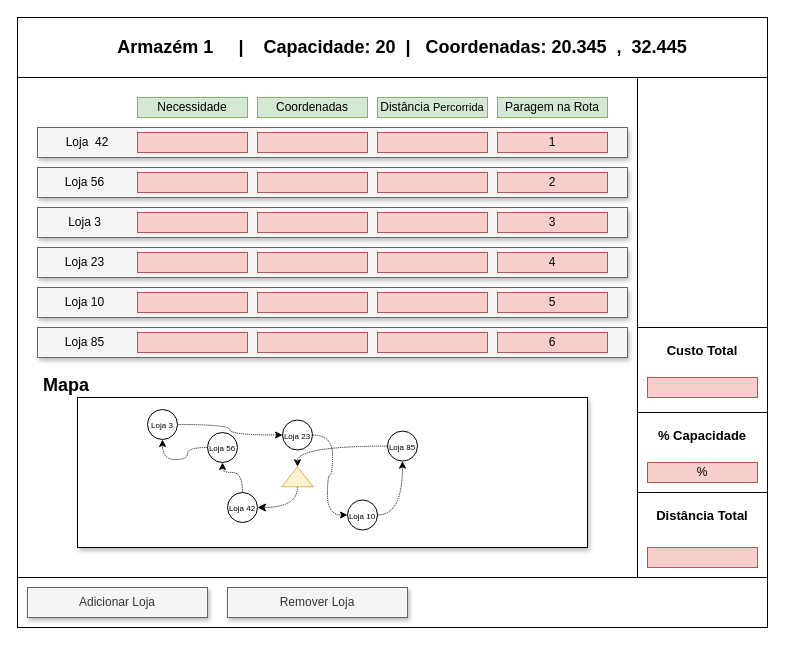
The draw.io diagram page "Pop-up Armazem" (2 of 5) of Untitled Diagram.drawio in ertykiko/SADE, before the edit. Source tidied: cells renumbered, new cells numbered last; positions are measured from the earlier drawing's top-left corner, leaving out a move shared by most shapes. Both pictures are drawn from the tidied source at 100%, with x=0, y=0 at pixel (17, 17).
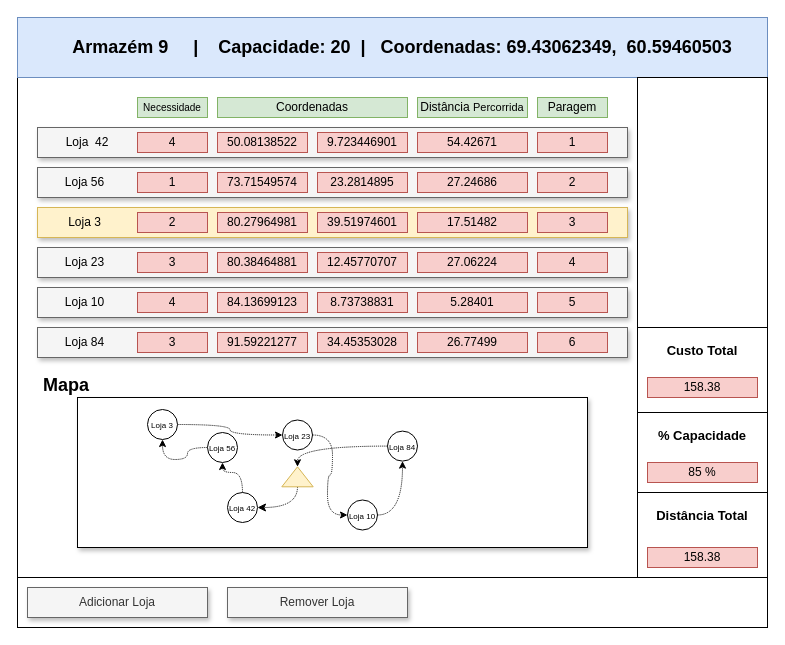
After the change.

The edit, as a diff of the source:
```diff
@@
-    <mxCell id="5" style="rounded=0;whiteSpace=wrap;html=1;fillColor=#f5f5f5;strokeColor=#666666;fontColor=#333333;shadow=1;" parent="1" vertex="1">
+    <mxCell id="5" style="rounded=0;whiteSpace=wrap;html=1;fillColor=#fff2cc;strokeColor=#d6b656;shadow=1;" parent="1" vertex="1">
       <mxGeometry x="20" y="190" width="590" height="30" as="geometry" />
     </mxCell>
@@
-    <mxCell id="13" value="&lt;div&gt;Loja 85&lt;br&gt;&lt;/div&gt;" style="text;html=1;strokeColor=none;fillColor=none;align=center;verticalAlign=middle;whiteSpace=wrap;rounded=0;" parent="1" vertex="1">
+    <mxCell id="13" value="&lt;div&gt;Loja 84&lt;br&gt;&lt;/div&gt;" style="text;html=1;strokeColor=none;fillColor=none;align=center;verticalAlign=middle;whiteSpace=wrap;rounded=0;" parent="1" vertex="1">
       <mxGeometry x="30" y="315" width="75" height="20" as="geometry" />
     </mxCell>
@@
-    <mxCell id="15" style="text;html=1;strokeColor=#b85450;fillColor=#f8cecc;align=center;verticalAlign=middle;whiteSpace=wrap;rounded=0;" parent="1" vertex="1">
-      <mxGeometry x="120" y="115" width="110" height="20" as="geometry" />
+    <mxCell id="15" value="4" style="text;html=1;strokeColor=#b85450;fillColor=#f8cecc;align=center;verticalAlign=middle;whiteSpace=wrap;rounded=0;" parent="1" vertex="1">
+      <mxGeometry x="120" y="115" width="70" height="20" as="geometry" />
     </mxCell>
-    <mxCell id="16" style="text;html=1;strokeColor=#b85450;fillColor=#f8cecc;align=center;verticalAlign=middle;whiteSpace=wrap;rounded=0;" parent="1" vertex="1">
-      <mxGeometry x="240" y="115" width="110" height="20" as="geometry" />
+    <mxCell id="16" value="50.08138522" style="text;html=1;strokeColor=#b85450;fillColor=#f8cecc;align=center;verticalAlign=middle;whiteSpace=wrap;rounded=0;" parent="1" vertex="1">
+      <mxGeometry x="200" y="115" width="90" height="20" as="geometry" />
     </mxCell>
-    <mxCell id="17" style="text;html=1;strokeColor=#b85450;fillColor=#f8cecc;align=center;verticalAlign=middle;whiteSpace=wrap;rounded=0;" parent="1" vertex="1">
-      <mxGeometry x="360" y="115" width="110" height="20" as="geometry" />
+    <mxCell id="17" value="54.42671" style="text;html=1;strokeColor=#b85450;fillColor=#f8cecc;align=center;verticalAlign=middle;whiteSpace=wrap;rounded=0;" parent="1" vertex="1">
+      <mxGeometry x="400" y="115" width="110" height="20" as="geometry" />
     </mxCell>
     <mxCell id="18" value="1" style="text;html=1;strokeColor=#b85450;fillColor=#f8cecc;align=center;verticalAlign=middle;whiteSpace=wrap;rounded=0;" parent="1" vertex="1">
-      <mxGeometry x="480" y="115" width="110" height="20" as="geometry" />
+      <mxGeometry x="520" y="115" width="70" height="20" as="geometry" />
     </mxCell>
-    <mxCell id="19" style="text;html=1;strokeColor=#b85450;fillColor=#f8cecc;align=center;verticalAlign=middle;whiteSpace=wrap;rounded=0;" parent="1" vertex="1">
-      <mxGeometry x="120" y="155" width="110" height="20" as="geometry" />
-    </mxCell>
-    <mxCell id="20" style="text;html=1;strokeColor=#b85450;fillColor=#f8cecc;align=center;verticalAlign=middle;whiteSpace=wrap;rounded=0;" parent="1" vertex="1">
-      <mxGeometry x="240" y="155" width="110" height="20" as="geometry" />
-    </mxCell>
-    <mxCell id="21" style="text;html=1;strokeColor=#b85450;fillColor=#f8cecc;align=center;verticalAlign=middle;whiteSpace=wrap;rounded=0;" parent="1" vertex="1">
-      <mxGeometry x="360" y="155" width="110" height="20" as="geometry" />
-    </mxCell>
-    <mxCell id="22" style="text;html=1;strokeColor=#b85450;fillColor=#f8cecc;align=center;verticalAlign=middle;whiteSpace=wrap;rounded=0;" parent="1" vertex="1">
-      <mxGeometry x="120" y="195" width="110" height="20" as="geometry" />
-    </mxCell>
-    <mxCell id="23" value="2" style="text;html=1;strokeColor=#b85450;fillColor=#f8cecc;align=center;verticalAlign=middle;whiteSpace=wrap;rounded=0;" parent="1" vertex="1">
-      <mxGeometry x="480" y="155" width="110" height="20" as="geometry" />
-    </mxCell>
-    <mxCell id="24" style="rounded=0;whiteSpace=wrap;html=1;" parent="1" vertex="1">
+    <mxCell id="24" style="rounded=0;whiteSpace=wrap;html=1;fillColor=#dae8fc;strokeColor=#6c8ebf;" parent="1" vertex="1">
       <mxGeometry width="750" height="60" as="geometry" />
     </mxCell>
@@
-    <mxCell id="27" value="&lt;font&gt;&lt;span style=&quot;font-size: 18px&quot;&gt;&lt;b&gt;Armazém&amp;nbsp;1&amp;nbsp; &amp;nbsp; &amp;nbsp;|&amp;nbsp; &amp;nbsp; Capacidade: 20&amp;nbsp; |&amp;nbsp; &amp;nbsp;Coordenadas: 20.345&amp;nbsp; ,&amp;nbsp; 32.445&lt;/b&gt;&lt;/span&gt;&lt;/font&gt;" style="text;html=1;strokeColor=none;fillColor=none;align=center;verticalAlign=middle;whiteSpace=wrap;rounded=0;" parent="1" vertex="1">
+    <mxCell id="27" value="&lt;font&gt;&lt;b style=&quot;font-size: 18px&quot;&gt;Armazém 9&amp;nbsp; &amp;nbsp; &amp;nbsp;|&amp;nbsp; &amp;nbsp; Capacidade: 20&amp;nbsp; |&amp;nbsp; &amp;nbsp;Coordenadas:&amp;nbsp;&lt;/b&gt;&lt;span style=&quot;font-size: 18px&quot;&gt;&lt;b&gt;69.43062349&lt;/b&gt;&lt;/span&gt;&lt;b style=&quot;font-size: 18px&quot;&gt;,&amp;nbsp;&amp;nbsp;&lt;/b&gt;&lt;/font&gt;&lt;span style=&quot;font-size: 18px&quot;&gt;&lt;b&gt;60.59460503&lt;/b&gt;&lt;/span&gt;" style="text;html=1;strokeColor=none;fillColor=none;align=center;verticalAlign=middle;whiteSpace=wrap;rounded=0;" parent="1" vertex="1">
       <mxGeometry x="30" y="10" width="710" height="40" as="geometry" />
     </mxCell>
-    <mxCell id="28" style="text;html=1;strokeColor=#b85450;fillColor=#f8cecc;align=center;verticalAlign=middle;whiteSpace=wrap;rounded=0;" parent="1" vertex="1">
-      <mxGeometry x="360" y="315" width="110" height="20" as="geometry" />
-    </mxCell>
-    <mxCell id="29" value="5" style="text;html=1;strokeColor=#b85450;fillColor=#f8cecc;align=center;verticalAlign=middle;whiteSpace=wrap;rounded=0;" parent="1" vertex="1">
-      <mxGeometry x="480" y="275" width="110" height="20" as="geometry" />
-    </mxCell>
-    <mxCell id="30" style="text;html=1;strokeColor=#b85450;fillColor=#f8cecc;align=center;verticalAlign=middle;whiteSpace=wrap;rounded=0;" parent="1" vertex="1">
-      <mxGeometry x="360" y="275" width="110" height="20" as="geometry" />
-    </mxCell>
-    <mxCell id="31" style="text;html=1;strokeColor=#b85450;fillColor=#f8cecc;align=center;verticalAlign=middle;whiteSpace=wrap;rounded=0;" parent="1" vertex="1">
-      <mxGeometry x="240" y="275" width="110" height="20" as="geometry" />
-    </mxCell>
-    <mxCell id="32" style="text;html=1;strokeColor=#b85450;fillColor=#f8cecc;align=center;verticalAlign=middle;whiteSpace=wrap;rounded=0;" parent="1" vertex="1">
-      <mxGeometry x="120" y="275" width="110" height="20" as="geometry" />
-    </mxCell>
-    <mxCell id="33" style="text;html=1;strokeColor=#b85450;fillColor=#f8cecc;align=center;verticalAlign=middle;whiteSpace=wrap;rounded=0;" parent="1" vertex="1">
-      <mxGeometry x="240" y="315" width="110" height="20" as="geometry" />
-    </mxCell>
-    <mxCell id="34" style="text;html=1;strokeColor=#b85450;fillColor=#f8cecc;align=center;verticalAlign=middle;whiteSpace=wrap;rounded=0;" parent="1" vertex="1">
-      <mxGeometry x="120" y="315" width="110" height="20" as="geometry" />
-    </mxCell>
-    <mxCell id="35" value="3" style="text;html=1;strokeColor=#b85450;fillColor=#f8cecc;align=center;verticalAlign=middle;whiteSpace=wrap;rounded=0;" parent="1" vertex="1">
-      <mxGeometry x="480" y="195" width="110" height="20" as="geometry" />
-    </mxCell>
-    <mxCell id="36" style="text;html=1;strokeColor=#b85450;fillColor=#f8cecc;align=center;verticalAlign=middle;whiteSpace=wrap;rounded=0;" parent="1" vertex="1">
-      <mxGeometry x="360" y="195" width="110" height="20" as="geometry" />
-    </mxCell>
-    <mxCell id="37" style="text;html=1;strokeColor=#b85450;fillColor=#f8cecc;align=center;verticalAlign=middle;whiteSpace=wrap;rounded=0;" parent="1" vertex="1">
-      <mxGeometry x="240" y="195" width="110" height="20" as="geometry" />
-    </mxCell>
-    <mxCell id="38" value="6" style="text;html=1;strokeColor=#b85450;fillColor=#f8cecc;align=center;verticalAlign=middle;whiteSpace=wrap;rounded=0;" parent="1" vertex="1">
-      <mxGeometry x="480" y="315" width="110" height="20" as="geometry" />
-    </mxCell>
-    <mxCell id="39" style="text;html=1;strokeColor=#b85450;fillColor=#f8cecc;align=center;verticalAlign=middle;whiteSpace=wrap;rounded=0;" parent="1" vertex="1">
-      <mxGeometry x="120" y="235" width="110" height="20" as="geometry" />
-    </mxCell>
-    <mxCell id="40" style="text;html=1;strokeColor=#b85450;fillColor=#f8cecc;align=center;verticalAlign=middle;whiteSpace=wrap;rounded=0;" parent="1" vertex="1">
-      <mxGeometry x="240" y="235" width="110" height="20" as="geometry" />
-    </mxCell>
-    <mxCell id="41" style="text;html=1;strokeColor=#b85450;fillColor=#f8cecc;align=center;verticalAlign=middle;whiteSpace=wrap;rounded=0;" parent="1" vertex="1">
-      <mxGeometry x="360" y="235" width="110" height="20" as="geometry" />
-    </mxCell>
-    <mxCell id="42" value="4" style="text;html=1;strokeColor=#b85450;fillColor=#f8cecc;align=center;verticalAlign=middle;whiteSpace=wrap;rounded=0;" parent="1" vertex="1">
-      <mxGeometry x="480" y="235" width="110" height="20" as="geometry" />
-    </mxCell>
@@
-    <mxCell id="45" value="Necessidade" style="text;html=1;strokeColor=#82b366;fillColor=#d5e8d4;align=center;verticalAlign=middle;whiteSpace=wrap;rounded=0;" parent="1" vertex="1">
-      <mxGeometry x="120" y="80" width="110" height="20" as="geometry" />
+    <mxCell id="45" value="&lt;font style=&quot;font-size: 10px&quot;&gt;Necessidade&lt;/font&gt;" style="text;html=1;strokeColor=#82b366;fillColor=#d5e8d4;align=center;verticalAlign=middle;whiteSpace=wrap;rounded=0;" parent="1" vertex="1">
+      <mxGeometry x="120" y="80" width="70" height="20" as="geometry" />
     </mxCell>
     <mxCell id="46" value="Coordenadas" style="text;html=1;strokeColor=#82b366;fillColor=#d5e8d4;align=center;verticalAlign=middle;whiteSpace=wrap;rounded=0;" parent="1" vertex="1">
-      <mxGeometry x="240" y="80" width="110" height="20" as="geometry" />
+      <mxGeometry x="200" y="80" width="190" height="20" as="geometry" />
     </mxCell>
     <mxCell id="47" value="Distância &lt;font style=&quot;font-size: 11px&quot;&gt;Percorrida&lt;/font&gt;" style="text;html=1;strokeColor=#82b366;fillColor=#d5e8d4;align=center;verticalAlign=middle;whiteSpace=wrap;rounded=0;" parent="1" vertex="1">
-      <mxGeometry x="360" y="80" width="110" height="20" as="geometry" />
+      <mxGeometry x="400" y="80" width="110" height="20" as="geometry" />
     </mxCell>
-    <mxCell id="48" value="Paragem na Rota" style="text;html=1;strokeColor=#82b366;fillColor=#d5e8d4;align=center;verticalAlign=middle;whiteSpace=wrap;rounded=0;" parent="1" vertex="1">
-      <mxGeometry x="480" y="80" width="110" height="20" as="geometry" />
+    <mxCell id="48" value="Paragem" style="text;html=1;strokeColor=#82b366;fillColor=#d5e8d4;align=center;verticalAlign=middle;whiteSpace=wrap;rounded=0;" parent="1" vertex="1">
+      <mxGeometry x="520" y="80" width="70" height="20" as="geometry" />
     </mxCell>
@@
-    <mxCell id="52" value="%" style="text;html=1;strokeColor=#b85450;fillColor=#f8cecc;align=center;verticalAlign=middle;whiteSpace=wrap;rounded=0;" parent="1" vertex="1">
+    <mxCell id="52" value="85 %" style="text;html=1;strokeColor=#b85450;fillColor=#f8cecc;align=center;verticalAlign=middle;whiteSpace=wrap;rounded=0;" parent="1" vertex="1">
       <mxGeometry x="630" y="445" width="110" height="20" as="geometry" />
     </mxCell>
@@
-    <mxCell id="54" style="text;html=1;strokeColor=#b85450;fillColor=#f8cecc;align=center;verticalAlign=middle;whiteSpace=wrap;rounded=0;" parent="1" vertex="1">
+    <mxCell id="54" value="158.38" style="text;html=1;strokeColor=#b85450;fillColor=#f8cecc;align=center;verticalAlign=middle;whiteSpace=wrap;rounded=0;" parent="1" vertex="1">
       <mxGeometry x="630" y="530" width="110" height="20" as="geometry" />
     </mxCell>
@@
-    <mxCell id="57" style="text;html=1;strokeColor=#b85450;fillColor=#f8cecc;align=center;verticalAlign=middle;whiteSpace=wrap;rounded=0;" parent="1" vertex="1">
+    <mxCell id="57" value="158.38" style="text;html=1;strokeColor=#b85450;fillColor=#f8cecc;align=center;verticalAlign=middle;whiteSpace=wrap;rounded=0;" parent="1" vertex="1">
       <mxGeometry x="630" y="360" width="110" height="20" as="geometry" />
     </mxCell>
@@
-    <mxCell id="73" value="&lt;font style=&quot;font-size: 8px&quot;&gt;Loja 85&lt;br&gt;&lt;/font&gt;" style="ellipse;whiteSpace=wrap;html=1;strokeColor=#000000;" parent="1" vertex="1">
+    <mxCell id="73" value="&lt;font style=&quot;font-size: 8px&quot;&gt;Loja 84&lt;br&gt;&lt;/font&gt;" style="ellipse;whiteSpace=wrap;html=1;strokeColor=#000000;" parent="1" vertex="1">
       <mxGeometry x="370" y="413.6" width="30" height="30" as="geometry" />
     </mxCell>
+    <mxCell id="74" value="9.723446901" style="text;html=1;strokeColor=#b85450;fillColor=#f8cecc;align=center;verticalAlign=middle;whiteSpace=wrap;rounded=0;" parent="1" vertex="1">
+      <mxGeometry x="300" y="115" width="90" height="20" as="geometry" />
+    </mxCell>
+    <mxCell id="75" value="1" style="text;html=1;strokeColor=#b85450;fillColor=#f8cecc;align=center;verticalAlign=middle;whiteSpace=wrap;rounded=0;" parent="1" vertex="1">
+      <mxGeometry x="120" y="155" width="70" height="20" as="geometry" />
+    </mxCell>
+    <mxCell id="76" value="73.71549574" style="text;html=1;strokeColor=#b85450;fillColor=#f8cecc;align=center;verticalAlign=middle;whiteSpace=wrap;rounded=0;" parent="1" vertex="1">
+      <mxGeometry x="200" y="155" width="90" height="20" as="geometry" />
+    </mxCell>
+    <mxCell id="77" value="27.24686" style="text;html=1;strokeColor=#b85450;fillColor=#f8cecc;align=center;verticalAlign=middle;whiteSpace=wrap;rounded=0;" parent="1" vertex="1">
+      <mxGeometry x="400" y="155" width="110" height="20" as="geometry" />
+    </mxCell>
+    <mxCell id="78" value="2" style="text;html=1;strokeColor=#b85450;fillColor=#f8cecc;align=center;verticalAlign=middle;whiteSpace=wrap;rounded=0;" parent="1" vertex="1">
+      <mxGeometry x="520" y="155" width="70" height="20" as="geometry" />
+    </mxCell>
+    <mxCell id="79" value="23.2814895" style="text;html=1;strokeColor=#b85450;fillColor=#f8cecc;align=center;verticalAlign=middle;whiteSpace=wrap;rounded=0;" parent="1" vertex="1">
+      <mxGeometry x="300" y="155" width="90" height="20" as="geometry" />
+    </mxCell>
+    <mxCell id="80" value="2" style="text;html=1;strokeColor=#b85450;fillColor=#f8cecc;align=center;verticalAlign=middle;whiteSpace=wrap;rounded=0;" parent="1" vertex="1">
+      <mxGeometry x="120" y="195" width="70" height="20" as="geometry" />
+    </mxCell>
+    <mxCell id="81" value="80.27964981" style="text;html=1;strokeColor=#b85450;fillColor=#f8cecc;align=center;verticalAlign=middle;whiteSpace=wrap;rounded=0;" parent="1" vertex="1">
+      <mxGeometry x="200" y="195" width="90" height="20" as="geometry" />
+    </mxCell>
+    <mxCell id="82" value="17.51482" style="text;html=1;strokeColor=#b85450;fillColor=#f8cecc;align=center;verticalAlign=middle;whiteSpace=wrap;rounded=0;" parent="1" vertex="1">
+      <mxGeometry x="400" y="195" width="110" height="20" as="geometry" />
+    </mxCell>
+    <mxCell id="83" value="3" style="text;html=1;strokeColor=#b85450;fillColor=#f8cecc;align=center;verticalAlign=middle;whiteSpace=wrap;rounded=0;" parent="1" vertex="1">
+      <mxGeometry x="520" y="195" width="70" height="20" as="geometry" />
+    </mxCell>
+    <mxCell id="84" value="39.51974601" style="text;html=1;strokeColor=#b85450;fillColor=#f8cecc;align=center;verticalAlign=middle;whiteSpace=wrap;rounded=0;" parent="1" vertex="1">
+      <mxGeometry x="300" y="195" width="90" height="20" as="geometry" />
+    </mxCell>
+    <mxCell id="85" value="3" style="text;html=1;strokeColor=#b85450;fillColor=#f8cecc;align=center;verticalAlign=middle;whiteSpace=wrap;rounded=0;" parent="1" vertex="1">
+      <mxGeometry x="120" y="235" width="70" height="20" as="geometry" />
+    </mxCell>
+    <mxCell id="86" value="80.38464881" style="text;html=1;strokeColor=#b85450;fillColor=#f8cecc;align=center;verticalAlign=middle;whiteSpace=wrap;rounded=0;" parent="1" vertex="1">
+      <mxGeometry x="200" y="235" width="90" height="20" as="geometry" />
+    </mxCell>
+    <mxCell id="87" value="27.06224" style="text;html=1;strokeColor=#b85450;fillColor=#f8cecc;align=center;verticalAlign=middle;whiteSpace=wrap;rounded=0;" parent="1" vertex="1">
+      <mxGeometry x="400" y="235" width="110" height="20" as="geometry" />
+    </mxCell>
+    <mxCell id="88" value="4" style="text;html=1;strokeColor=#b85450;fillColor=#f8cecc;align=center;verticalAlign=middle;whiteSpace=wrap;rounded=0;" parent="1" vertex="1">
+      <mxGeometry x="520" y="235" width="70" height="20" as="geometry" />
+    </mxCell>
+    <mxCell id="89" value="12.45770707" style="text;html=1;strokeColor=#b85450;fillColor=#f8cecc;align=center;verticalAlign=middle;whiteSpace=wrap;rounded=0;" parent="1" vertex="1">
+      <mxGeometry x="300" y="235" width="90" height="20" as="geometry" />
+    </mxCell>
+    <mxCell id="90" value="4" style="text;html=1;strokeColor=#b85450;fillColor=#f8cecc;align=center;verticalAlign=middle;whiteSpace=wrap;rounded=0;" parent="1" vertex="1">
+      <mxGeometry x="120" y="275" width="70" height="20" as="geometry" />
+    </mxCell>
+    <mxCell id="91" value="84.13699123" style="text;html=1;strokeColor=#b85450;fillColor=#f8cecc;align=center;verticalAlign=middle;whiteSpace=wrap;rounded=0;" parent="1" vertex="1">
+      <mxGeometry x="200" y="275" width="90" height="20" as="geometry" />
+    </mxCell>
+    <mxCell id="92" value="5.28401" style="text;html=1;strokeColor=#b85450;fillColor=#f8cecc;align=center;verticalAlign=middle;whiteSpace=wrap;rounded=0;" parent="1" vertex="1">
+      <mxGeometry x="400" y="275" width="110" height="20" as="geometry" />
+    </mxCell>
+    <mxCell id="29" value="5" style="text;html=1;strokeColor=#b85450;fillColor=#f8cecc;align=center;verticalAlign=middle;whiteSpace=wrap;rounded=0;" parent="1" vertex="1">
+      <mxGeometry x="520" y="275" width="70" height="20" as="geometry" />
+    </mxCell>
+    <mxCell id="93" value="8.73738831" style="text;html=1;strokeColor=#b85450;fillColor=#f8cecc;align=center;verticalAlign=middle;whiteSpace=wrap;rounded=0;" parent="1" vertex="1">
+      <mxGeometry x="300" y="275" width="90" height="20" as="geometry" />
+    </mxCell>
+    <mxCell id="94" value="3" style="text;html=1;strokeColor=#b85450;fillColor=#f8cecc;align=center;verticalAlign=middle;whiteSpace=wrap;rounded=0;" parent="1" vertex="1">
+      <mxGeometry x="120" y="315" width="70" height="20" as="geometry" />
+    </mxCell>
+    <mxCell id="95" value="91.59221277" style="text;html=1;strokeColor=#b85450;fillColor=#f8cecc;align=center;verticalAlign=middle;whiteSpace=wrap;rounded=0;" parent="1" vertex="1">
+      <mxGeometry x="200" y="315" width="90" height="20" as="geometry" />
+    </mxCell>
+    <mxCell id="96" value="26.77499" style="text;html=1;strokeColor=#b85450;fillColor=#f8cecc;align=center;verticalAlign=middle;whiteSpace=wrap;rounded=0;" parent="1" vertex="1">
+      <mxGeometry x="400" y="315" width="110" height="20" as="geometry" />
+    </mxCell>
+    <mxCell id="38" value="6" style="text;html=1;strokeColor=#b85450;fillColor=#f8cecc;align=center;verticalAlign=middle;whiteSpace=wrap;rounded=0;" parent="1" vertex="1">
+      <mxGeometry x="520" y="315" width="70" height="20" as="geometry" />
+    </mxCell>
+    <mxCell id="97" value="34.45353028" style="text;html=1;strokeColor=#b85450;fillColor=#f8cecc;align=center;verticalAlign=middle;whiteSpace=wrap;rounded=0;" parent="1" vertex="1">
+      <mxGeometry x="300" y="315" width="90" height="20" as="geometry" />
+    </mxCell>
```
